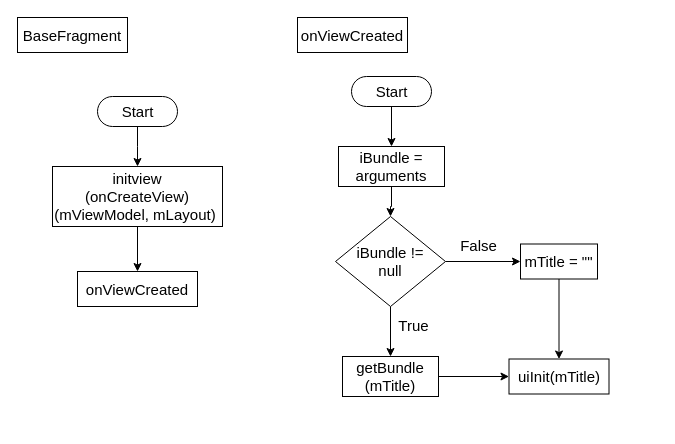
Before: page "BaseFragment" (4 of 13) of 一般流程.drawio in ccckyc/draw, a draw.io diagram. Source tidied: cells renumbered, new cells numbered last; positions are measured from the earlier drawing's top-left corner, leaving out a move shared by most shapes. Both pictures are drawn from the tidied source at 100%, with x=0, y=0 at pixel (17, 17).
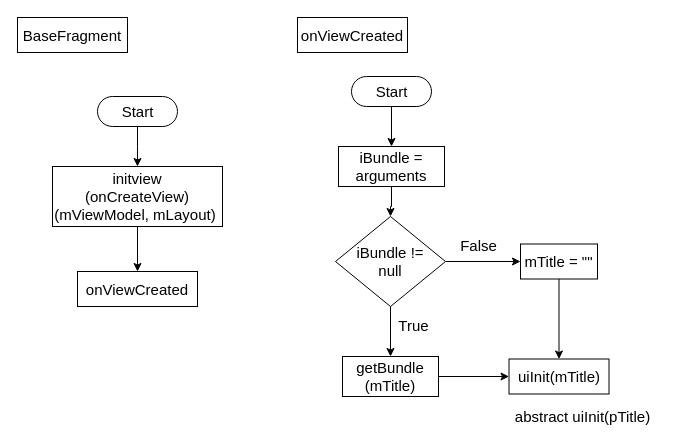
After the change.

Diff of the diagram source:
```diff
@@
+    <mxCell id="23" value="&lt;span&gt;abstract&amp;nbsp;uiInit(pTitle)&lt;/span&gt;" style="text;html=1;align=center;verticalAlign=middle;strokeColor=none;fillColor=none;fontSize=15;fontFamily=Helvetica;fontColor=#000000;" parent="1" vertex="1">
+      <mxGeometry x="490" y="389" width="150" height="20" as="geometry" />
+    </mxCell>
```
